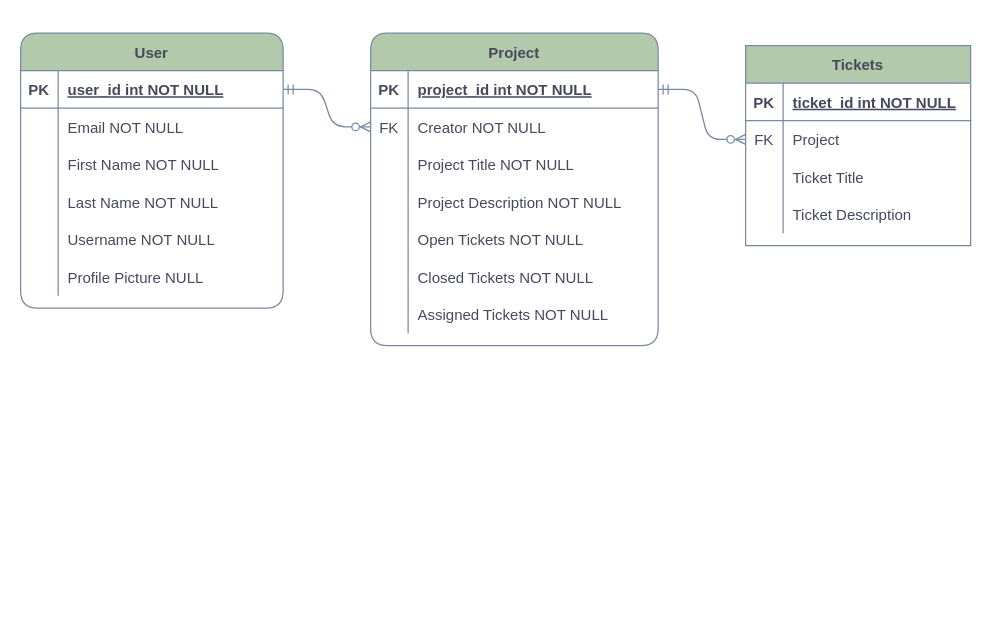
Earlier version of the draw.io diagram config and documentation/database-schema.drawio (krishabbashyal/issue-tracker). Source tidied: cells renumbered, new cells numbered last; positions are measured from the earlier drawing's top-left corner, leaving out a move shared by most shapes. Both pictures are drawn from the tidied source at 125%, with x=0, y=0 at pixel (20, 32).
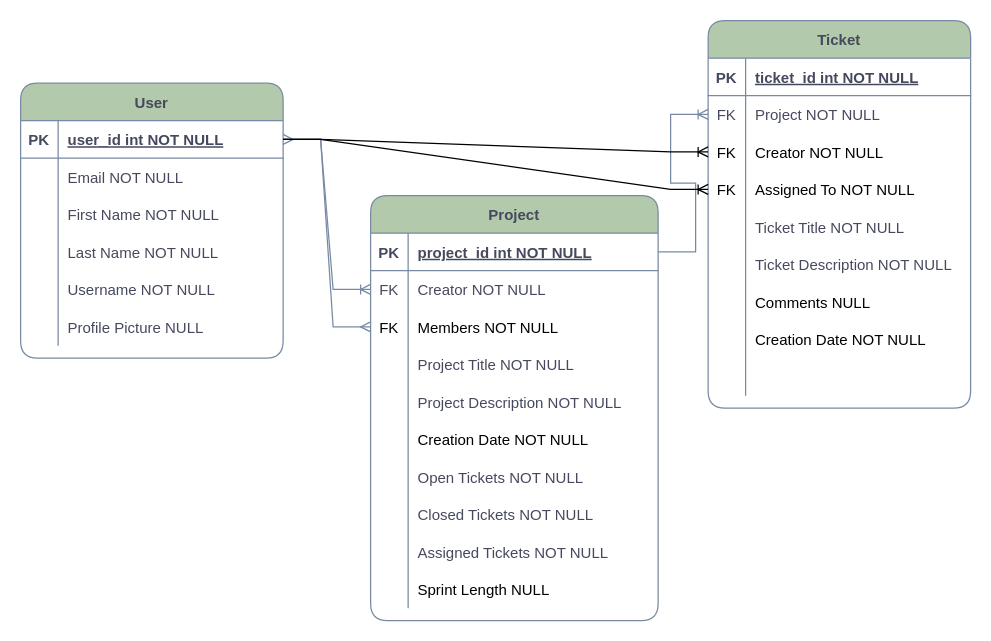
The same diagram, later.

Unchanged cells that the change refers to:
```xml
<mxCell id="3" style="shape=tableRow;horizontal=0;startSize=0;swimlaneHead=0;swimlaneBody=0;fillColor=none;points=[[0,0.5],[1,0.5]];portConstraint=eastwest;top=0;left=0;right=0;bottom=1;rounded=1;strokeColor=#788AA3;fontColor=#46495D;" parent="2" vertex="1">
  <mxGeometry y="30" width="210" height="30" as="geometry" />
</mxCell>
<mxCell id="22" style="shape=tableRow;horizontal=0;startSize=0;swimlaneHead=0;swimlaneBody=0;fillColor=none;points=[[0,0.5],[1,0.5]];portConstraint=eastwest;top=0;left=0;right=0;bottom=1;rounded=1;strokeColor=#788AA3;fontColor=#46495D;" parent="21" vertex="1">
  <mxGeometry y="30" width="230" height="30" as="geometry" />
</mxCell>
<mxCell id="25" style="shape=tableRow;horizontal=0;startSize=0;swimlaneHead=0;swimlaneBody=0;fillColor=none;points=[[0,0.5],[1,0.5]];portConstraint=eastwest;top=0;left=0;right=0;bottom=0;rounded=1;strokeColor=#788AA3;fontColor=#46495D;" parent="21" vertex="1">
  <mxGeometry y="60" width="230" height="30" as="geometry" />
</mxCell>
```

Diff of the diagram source:
```diff
@@
     <mxCell id="2" value="User" style="shape=table;startSize=30;childLayout=tableLayout;rowLines=0;fontStyle=1;align=center;rounded=1;fillColor=#B2C9AB;strokeColor=#788AA3;fontColor=#46495D;" parent="1" vertex="1">
-      <mxGeometry width="210" height="220" as="geometry" />
+      <mxGeometry y="40" width="210" height="220" as="geometry" />
     </mxCell>
@@
     <mxCell id="21" value="Project" style="shape=table;startSize=30;childLayout=tableLayout;rowLines=0;fontStyle=1;align=center;rounded=1;fillColor=#B2C9AB;strokeColor=#788AA3;fontColor=#46495D;" parent="1" vertex="1">
-      <mxGeometry x="280" width="230" height="250" as="geometry" />
+      <mxGeometry x="280" y="130" width="230" height="340" as="geometry" />
     </mxCell>
@@
+    <mxCell id="58" style="shape=tableRow;horizontal=0;startSize=0;swimlaneHead=0;swimlaneBody=0;fillColor=none;points=[[0,0.5],[1,0.5]];portConstraint=eastwest;top=0;left=0;right=0;bottom=0;strokeColor=#788AA3;" parent="21" vertex="1">
+      <mxGeometry y="90" width="230" height="30" as="geometry" />
+    </mxCell>
+    <mxCell id="59" value="FK" style="shape=partialRectangle;fillColor=none;top=0;left=0;bottom=0;right=0;overflow=hidden;strokeColor=#788AA3;" parent="58" vertex="1">
+      <mxGeometry width="30" height="30" as="geometry" />
+    </mxCell>
+    <mxCell id="60" value="Members NOT NULL" style="shape=partialRectangle;fillColor=none;top=0;left=0;bottom=0;right=0;align=left;spacingLeft=6;overflow=hidden;strokeColor=#788AA3;" parent="58" vertex="1">
+      <mxGeometry x="30" width="200" height="30" as="geometry" />
+    </mxCell>
     <mxCell id="28" style="shape=tableRow;horizontal=0;startSize=0;swimlaneHead=0;swimlaneBody=0;fillColor=none;top=0;left=0;right=0;bottom=0;rounded=1;strokeColor=#788AA3;fontColor=#46495D;" parent="21" vertex="1">
-      <mxGeometry y="90" width="230" height="30" as="geometry" />
+      <mxGeometry y="120" width="230" height="30" as="geometry" />
     </mxCell>
@@
     <mxCell id="31" style="shape=tableRow;horizontal=0;startSize=0;swimlaneHead=0;swimlaneBody=0;fillColor=none;top=0;left=0;right=0;bottom=0;rounded=1;strokeColor=#788AA3;fontColor=#46495D;" parent="21" vertex="1">
-      <mxGeometry y="120" width="230" height="30" as="geometry" />
+      <mxGeometry y="150" width="230" height="30" as="geometry" />
     </mxCell>
@@
+    <mxCell id="61" style="shape=tableRow;horizontal=0;startSize=0;swimlaneHead=0;swimlaneBody=0;fillColor=none;top=0;left=0;right=0;bottom=0;strokeColor=#788AA3;" parent="21" vertex="1">
+      <mxGeometry y="180" width="230" height="30" as="geometry" />
+    </mxCell>
+    <mxCell id="62" style="shape=partialRectangle;fillColor=none;top=0;left=0;bottom=0;right=0;overflow=hidden;strokeColor=#788AA3;" parent="61" vertex="1">
+      <mxGeometry width="30" height="30" as="geometry" />
+    </mxCell>
+    <mxCell id="63" value="Creation Date NOT NULL" style="shape=partialRectangle;fillColor=none;top=0;left=0;bottom=0;right=0;align=left;spacingLeft=6;overflow=hidden;strokeColor=#788AA3;" parent="61" vertex="1">
+      <mxGeometry x="30" width="200" height="30" as="geometry" />
+    </mxCell>
     <mxCell id="34" style="shape=tableRow;horizontal=0;startSize=0;swimlaneHead=0;swimlaneBody=0;fillColor=none;top=0;left=0;right=0;bottom=0;rounded=0;sketch=0;fontColor=#46495D;strokeColor=#788AA3;" parent="21" vertex="1">
-      <mxGeometry y="150" width="230" height="30" as="geometry" />
+      <mxGeometry y="210" width="230" height="30" as="geometry" />
     </mxCell>
@@
     <mxCell id="37" style="shape=tableRow;horizontal=0;startSize=0;swimlaneHead=0;swimlaneBody=0;fillColor=none;top=0;left=0;right=0;bottom=0;rounded=0;sketch=0;fontColor=#46495D;strokeColor=#788AA3;" parent="21" vertex="1">
-      <mxGeometry y="180" width="230" height="30" as="geometry" />
+      <mxGeometry y="240" width="230" height="30" as="geometry" />
     </mxCell>
@@
     <mxCell id="40" style="shape=tableRow;horizontal=0;startSize=0;swimlaneHead=0;swimlaneBody=0;fillColor=none;top=0;left=0;right=0;bottom=0;rounded=0;sketch=0;fontColor=#46495D;strokeColor=#788AA3;" parent="21" vertex="1">
-      <mxGeometry y="210" width="230" height="30" as="geometry" />
+      <mxGeometry y="270" width="230" height="30" as="geometry" />
     </mxCell>
@@
-    <mxCell id="43" style="edgeStyle=entityRelationEdgeStyle;fontSize=12;html=1;endArrow=ERzeroToMany;startArrow=ERmandOne;rounded=1;sketch=0;fontColor=#46495D;strokeColor=#788AA3;fillColor=#B2C9AB;curved=0;" parent="1" edge="1" source="3" target="25">
-      <mxGeometry relative="1" as="geometry" />
-    </mxCell>
+    <mxCell id="64" style="shape=tableRow;horizontal=0;startSize=0;swimlaneHead=0;swimlaneBody=0;fillColor=none;top=0;left=0;right=0;bottom=0;strokeColor=#788AA3;" parent="21" vertex="1">
+      <mxGeometry y="300" width="230" height="30" as="geometry" />
+    </mxCell>
+    <mxCell id="65" style="shape=partialRectangle;fillColor=none;top=0;left=0;bottom=0;right=0;overflow=hidden;strokeColor=#788AA3;" parent="64" vertex="1">
+      <mxGeometry width="30" height="30" as="geometry" />
+    </mxCell>
+    <mxCell id="66" value="Sprint Length NULL" style="shape=partialRectangle;fillColor=none;top=0;left=0;bottom=0;right=0;align=left;spacingLeft=6;overflow=hidden;strokeColor=#788AA3;" parent="64" vertex="1">
+      <mxGeometry x="30" width="200" height="30" as="geometry" />
+    </mxCell>
-    <mxCell id="44" value="Tickets" style="shape=table;startSize=30;childLayout=tableLayout;rowLines=0;fontStyle=1;align=center;rounded=0;sketch=0;fontColor=#46495D;strokeColor=#788AA3;fillColor=#B2C9AB;" parent="1" vertex="1">
-      <mxGeometry x="580" y="10" width="180" height="160" as="geometry" />
+    <mxCell id="44" value="Ticket" style="shape=table;startSize=30;childLayout=tableLayout;rowLines=0;fontStyle=1;align=center;rounded=1;sketch=0;fontColor=#46495D;strokeColor=#788AA3;fillColor=#B2C9AB;shadow=0;" parent="1" vertex="1">
+      <mxGeometry x="550" y="-10" width="210" height="310" as="geometry" />
     </mxCell>
     <mxCell id="45" style="shape=tableRow;horizontal=0;startSize=0;swimlaneHead=0;swimlaneBody=0;fillColor=none;top=0;left=0;right=0;bottom=1;rounded=0;sketch=0;fontColor=#46495D;strokeColor=#788AA3;" parent="44" vertex="1">
-      <mxGeometry y="30" width="180" height="30" as="geometry" />
+      <mxGeometry y="30" width="210" height="30" as="geometry" />
     </mxCell>
@@
     <mxCell id="47" value="ticket_id int NOT NULL" style="shape=partialRectangle;fillColor=none;top=0;left=0;bottom=0;right=0;align=left;spacingLeft=6;fontStyle=5;overflow=hidden;rounded=0;sketch=0;fontColor=#46495D;strokeColor=#788AA3;" parent="45" vertex="1">
-      <mxGeometry x="30" width="150" height="30" as="geometry" />
+      <mxGeometry x="30" width="180" height="30" as="geometry" />
     </mxCell>
     <mxCell id="48" style="shape=tableRow;horizontal=0;startSize=0;swimlaneHead=0;swimlaneBody=0;fillColor=none;points=[[0,0.5],[1,0.5]];portConstraint=eastwest;top=0;left=0;right=0;bottom=0;rounded=0;sketch=0;fontColor=#46495D;strokeColor=#788AA3;" parent="44" vertex="1">
-      <mxGeometry y="60" width="180" height="30" as="geometry" />
+      <mxGeometry y="60" width="210" height="30" as="geometry" />
     </mxCell>
@@
-    <mxCell id="50" value="Project" style="shape=partialRectangle;fillColor=none;top=0;left=0;bottom=0;right=0;align=left;spacingLeft=6;overflow=hidden;rounded=0;sketch=0;fontColor=#46495D;strokeColor=#788AA3;" parent="48" vertex="1">
-      <mxGeometry x="30" width="150" height="30" as="geometry" />
+    <mxCell id="50" value="Project NOT NULL" style="shape=partialRectangle;fillColor=none;top=0;left=0;bottom=0;right=0;align=left;spacingLeft=6;overflow=hidden;rounded=0;sketch=0;fontColor=#46495D;strokeColor=#788AA3;" parent="48" vertex="1">
+      <mxGeometry x="30" width="180" height="30" as="geometry" />
     </mxCell>
+    <mxCell id="67" style="shape=tableRow;horizontal=0;startSize=0;swimlaneHead=0;swimlaneBody=0;fillColor=none;points=[[0,0.5],[1,0.5]];portConstraint=eastwest;top=0;left=0;right=0;bottom=0;strokeColor=#788AA3;" parent="44" vertex="1">
+      <mxGeometry y="90" width="210" height="30" as="geometry" />
+    </mxCell>
+    <mxCell id="68" value="FK" style="shape=partialRectangle;fillColor=none;top=0;left=0;bottom=0;right=0;overflow=hidden;strokeColor=#788AA3;" parent="67" vertex="1">
+      <mxGeometry width="30" height="30" as="geometry" />
+    </mxCell>
+    <mxCell id="69" value="Creator NOT NULL" style="shape=partialRectangle;fillColor=none;top=0;left=0;bottom=0;right=0;align=left;spacingLeft=6;overflow=hidden;strokeColor=#788AA3;" parent="67" vertex="1">
+      <mxGeometry x="30" width="180" height="30" as="geometry" />
+    </mxCell>
+    <mxCell id="70" style="shape=tableRow;horizontal=0;startSize=0;swimlaneHead=0;swimlaneBody=0;fillColor=none;points=[[0,0.5],[1,0.5]];portConstraint=eastwest;top=0;left=0;right=0;bottom=0;strokeColor=#788AA3;" parent="44" vertex="1">
+      <mxGeometry y="120" width="210" height="30" as="geometry" />
+    </mxCell>
+    <mxCell id="71" value="FK" style="shape=partialRectangle;fillColor=none;top=0;left=0;bottom=0;right=0;overflow=hidden;strokeColor=#788AA3;" parent="70" vertex="1">
+      <mxGeometry width="30" height="30" as="geometry" />
+    </mxCell>
+    <mxCell id="72" value="Assigned To NOT NULL" style="shape=partialRectangle;fillColor=none;top=0;left=0;bottom=0;right=0;align=left;spacingLeft=6;overflow=hidden;strokeColor=#788AA3;" parent="70" vertex="1">
+      <mxGeometry x="30" width="180" height="30" as="geometry" />
+    </mxCell>
     <mxCell id="51" style="shape=tableRow;horizontal=0;startSize=0;swimlaneHead=0;swimlaneBody=0;fillColor=none;top=0;left=0;right=0;bottom=0;rounded=0;sketch=0;fontColor=#46495D;strokeColor=#788AA3;" parent="44" vertex="1">
-      <mxGeometry y="90" width="180" height="30" as="geometry" />
+      <mxGeometry y="150" width="210" height="30" as="geometry" />
     </mxCell>
@@
-    <mxCell id="53" value="Ticket Title" style="shape=partialRectangle;fillColor=none;top=0;left=0;bottom=0;right=0;align=left;spacingLeft=6;overflow=hidden;rounded=0;sketch=0;fontColor=#46495D;strokeColor=#788AA3;" parent="51" vertex="1">
-      <mxGeometry x="30" width="150" height="30" as="geometry" />
+    <mxCell id="53" value="Ticket Title NOT NULL" style="shape=partialRectangle;fillColor=none;top=0;left=0;bottom=0;right=0;align=left;spacingLeft=6;overflow=hidden;rounded=0;sketch=0;fontColor=#46495D;strokeColor=#788AA3;" parent="51" vertex="1">
+      <mxGeometry x="30" width="180" height="30" as="geometry" />
     </mxCell>
     <mxCell id="54" style="shape=tableRow;horizontal=0;startSize=0;swimlaneHead=0;swimlaneBody=0;fillColor=none;top=0;left=0;right=0;bottom=0;rounded=0;sketch=0;fontColor=#46495D;strokeColor=#788AA3;" parent="44" vertex="1">
-      <mxGeometry y="120" width="180" height="30" as="geometry" />
+      <mxGeometry y="180" width="210" height="30" as="geometry" />
     </mxCell>
@@
-    <mxCell id="56" value="Ticket Description" style="shape=partialRectangle;fillColor=none;top=0;left=0;bottom=0;right=0;align=left;spacingLeft=6;overflow=hidden;rounded=0;sketch=0;fontColor=#46495D;strokeColor=#788AA3;" parent="54" vertex="1">
-      <mxGeometry x="30" width="150" height="30" as="geometry" />
+    <mxCell id="56" value="Ticket Description NOT NULL" style="shape=partialRectangle;fillColor=none;top=0;left=0;bottom=0;right=0;align=left;spacingLeft=6;overflow=hidden;rounded=0;sketch=0;fontColor=#46495D;strokeColor=#788AA3;" parent="54" vertex="1">
+      <mxGeometry x="30" width="180" height="30" as="geometry" />
     </mxCell>
+    <mxCell id="73" style="shape=tableRow;horizontal=0;startSize=0;swimlaneHead=0;swimlaneBody=0;fillColor=none;top=0;left=0;right=0;bottom=0;strokeColor=#788AA3;" parent="44" vertex="1">
+      <mxGeometry y="210" width="210" height="30" as="geometry" />
+    </mxCell>
+    <mxCell id="74" style="shape=partialRectangle;fillColor=none;top=0;left=0;bottom=0;right=0;overflow=hidden;strokeColor=#788AA3;" parent="73" vertex="1">
+      <mxGeometry width="30" height="30" as="geometry" />
+    </mxCell>
+    <mxCell id="75" value="Comments NULL" style="shape=partialRectangle;fillColor=none;top=0;left=0;bottom=0;right=0;align=left;spacingLeft=6;overflow=hidden;strokeColor=#788AA3;" parent="73" vertex="1">
+      <mxGeometry x="30" width="180" height="30" as="geometry" />
+    </mxCell>
+    <mxCell id="76" style="shape=tableRow;horizontal=0;startSize=0;swimlaneHead=0;swimlaneBody=0;fillColor=none;top=0;left=0;right=0;bottom=0;strokeColor=#788AA3;" parent="44" vertex="1">
+      <mxGeometry y="240" width="210" height="30" as="geometry" />
+    </mxCell>
+    <mxCell id="77" style="shape=partialRectangle;fillColor=none;top=0;left=0;bottom=0;right=0;overflow=hidden;strokeColor=#788AA3;" parent="76" vertex="1">
+      <mxGeometry width="30" height="30" as="geometry" />
+    </mxCell>
+    <mxCell id="78" value="Creation Date NOT NULL" style="shape=partialRectangle;fillColor=none;top=0;left=0;bottom=0;right=0;align=left;spacingLeft=6;overflow=hidden;strokeColor=#788AA3;" parent="76" vertex="1">
+      <mxGeometry x="30" width="180" height="30" as="geometry" />
+    </mxCell>
+    <mxCell id="79" style="shape=tableRow;horizontal=0;startSize=0;swimlaneHead=0;swimlaneBody=0;fillColor=none;top=0;left=0;right=0;bottom=0;strokeColor=#788AA3;" parent="44" vertex="1">
+      <mxGeometry y="270" width="210" height="30" as="geometry" />
+    </mxCell>
+    <mxCell id="80" style="shape=partialRectangle;fillColor=none;top=0;left=0;bottom=0;right=0;overflow=hidden;strokeColor=#788AA3;" parent="79" vertex="1">
+      <mxGeometry width="30" height="30" as="geometry" />
+    </mxCell>
+    <mxCell id="81" style="shape=partialRectangle;fillColor=none;top=0;left=0;bottom=0;right=0;align=left;spacingLeft=6;overflow=hidden;strokeColor=#788AA3;" parent="79" vertex="1">
+      <mxGeometry x="30" width="180" height="30" as="geometry" />
+    </mxCell>
+    <mxCell id="82" style="edgeStyle=entityRelationEdgeStyle;fontSize=12;html=1;endArrow=ERmany;startArrow=ERmany;rounded=0;strokeColor=#788AA3;" parent="1" edge="1" source="3" target="58">
+      <mxGeometry relative="1" as="geometry" />
+    </mxCell>
+    <mxCell id="43" style="edgeStyle=entityRelationEdgeStyle;fontSize=12;html=1;endArrow=ERoneToMany;rounded=0;strokeColor=#788AA3;exitX=1;exitY=0.5;exitDx=0;exitDy=0;" parent="1" edge="1" source="3" target="25">
+      <mxGeometry relative="1" as="geometry" />
+    </mxCell>
-    <mxCell id="57" style="edgeStyle=entityRelationEdgeStyle;fontSize=12;html=1;endArrow=ERzeroToMany;startArrow=ERmandOne;rounded=1;sketch=0;fontColor=#46495D;strokeColor=#788AA3;fillColor=#B2C9AB;curved=0;" parent="1" edge="1" source="22" target="48">
+    <mxCell id="57" style="edgeStyle=entityRelationEdgeStyle;fontSize=12;html=1;endArrow=ERoneToMany;rounded=0;strokeColor=#788AA3;" parent="1" edge="1" source="22" target="48">
       <mxGeometry relative="1" as="geometry" />
     </mxCell>
+    <mxCell id="83" style="edgeStyle=entityRelationEdgeStyle;fontSize=12;html=1;endArrow=ERoneToMany;strokeColor=default;exitX=1;exitY=0.5;exitDx=0;exitDy=0;rounded=0;" parent="1" edge="1" source="3" target="67">
+      <mxGeometry relative="1" as="geometry" />
+    </mxCell>
+    <mxCell id="84" style="edgeStyle=entityRelationEdgeStyle;fontSize=12;html=1;endArrow=ERoneToMany;strokeColor=default;exitX=1;exitY=0.5;exitDx=0;exitDy=0;rounded=0;" parent="1" edge="1" source="3" target="70">
+      <mxGeometry relative="1" as="geometry" />
+    </mxCell>
```
